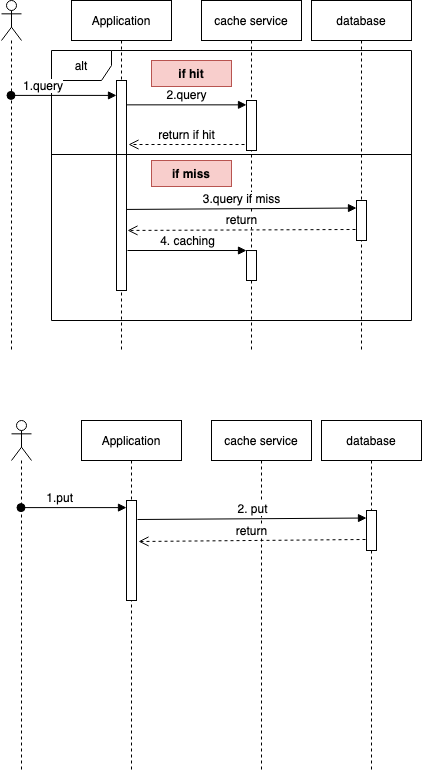
GallantKong/diagram keeps this draw.io diagram as cache-aside.png. Above is the earlier version. Source tidied: cells renumbered, new cells last; positions are measured from the earlier drawing's top-left corner, leaving out a move shared by most shapes.
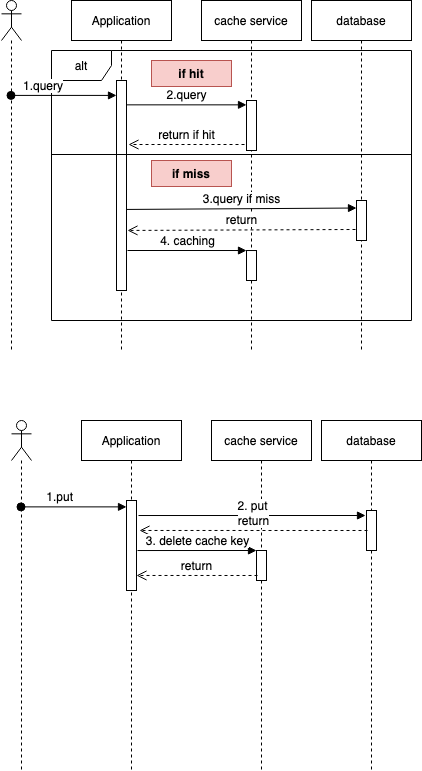
Above is the later version.

What changed in the source:
```diff
@@ -68,11 +68,14 @@
       <mxGeometry x="80" y="420" width="100" height="350" as="geometry" />
     </mxCell>
     <mxCell id="22" style="html=1;points=[];perimeter=orthogonalPerimeter;" parent="21" vertex="1">
-      <mxGeometry x="45" y="80" width="10" height="100" as="geometry" />
+      <mxGeometry x="45" y="80" width="10" height="90" as="geometry" />
     </mxCell>
     <mxCell id="23" value="cache service" style="shape=umlLifeline;perimeter=lifelinePerimeter;whiteSpace=wrap;html=1;" parent="1" vertex="1">
       <mxGeometry x="210" y="420" width="100" height="350" as="geometry" />
     </mxCell>
+    <mxCell id="29" style="html=1;points=[];perimeter=orthogonalPerimeter;" parent="23" vertex="1">
+      <mxGeometry x="45" y="130" width="10" height="30" as="geometry" />
+    </mxCell>
     <mxCell id="24" value="database" style="shape=umlLifeline;perimeter=lifelinePerimeter;whiteSpace=wrap;html=1;" parent="1" vertex="1">
       <mxGeometry x="320" y="420" width="100" height="350" as="geometry" />
     </mxCell>
@@ -82,11 +85,17 @@
     <mxCell id="26" value="1.put" style="html=1;verticalAlign=bottom;startArrow=oval;endArrow=block;startSize=8;entryX=0;entryY=0.071;entryDx=0;entryDy=0;entryPerimeter=0;align=right;" parent="1" edge="1" source="20" target="22">
       <mxGeometry relative="1" as="geometry" />
     </mxCell>
-    <mxCell id="27" value="2. put" style="html=1;verticalAlign=bottom;endArrow=block;entryX=0;entryY=0.188;entryDx=0;entryDy=0;entryPerimeter=0;exitX=1.1;exitY=0.19;exitDx=0;exitDy=0;exitPerimeter=0;" parent="1" edge="1" source="22" target="25">
+    <mxCell id="27" value="2. put" style="html=1;verticalAlign=bottom;endArrow=block;exitX=1.2;exitY=0.167;exitDx=0;exitDy=0;exitPerimeter=0;entryX=-0.1;entryY=0.125;entryDx=0;entryDy=0;entryPerimeter=0;" parent="1" edge="1" source="22" target="25">
       <mxGeometry relative="1" as="geometry" />
     </mxCell>
-    <mxCell id="28" value="return" style="html=1;verticalAlign=bottom;endArrow=open;dashed=1;endSize=8;exitX=-0.1;exitY=0.725;exitDx=0;exitDy=0;exitPerimeter=0;entryX=1.2;entryY=0.41;entryDx=0;entryDy=0;entryPerimeter=0;" parent="1" edge="1" source="25" target="22">
+    <mxCell id="28" value="return" style="html=1;verticalAlign=bottom;endArrow=open;dashed=1;endSize=8;exitX=0.1;exitY=0.5;exitDx=0;exitDy=0;exitPerimeter=0;entryX=1.3;entryY=0.333;entryDx=0;entryDy=0;entryPerimeter=0;" parent="1" edge="1" source="25" target="22">
       <mxGeometry relative="1" as="geometry" />
     </mxCell>
+    <mxCell id="30" value="3. delete cache key" style="html=1;verticalAlign=bottom;endArrow=block;entryX=0;entryY=0;exitX=1.1;exitY=0.556;exitDx=0;exitDy=0;exitPerimeter=0;" parent="1" edge="1" source="22" target="29">
+      <mxGeometry relative="1" as="geometry" />
+    </mxCell>
+    <mxCell id="31" value="return" style="html=1;verticalAlign=bottom;endArrow=open;dashed=1;endSize=8;exitX=0.1;exitY=0.833;entryX=1;entryY=0.833;entryDx=0;entryDy=0;entryPerimeter=0;exitDx=0;exitDy=0;exitPerimeter=0;" parent="1" edge="1" source="29" target="22">
+      <mxGeometry relative="1" as="geometry" />
+    </mxCell>
   </root>
 </mxGraphModel>
```
